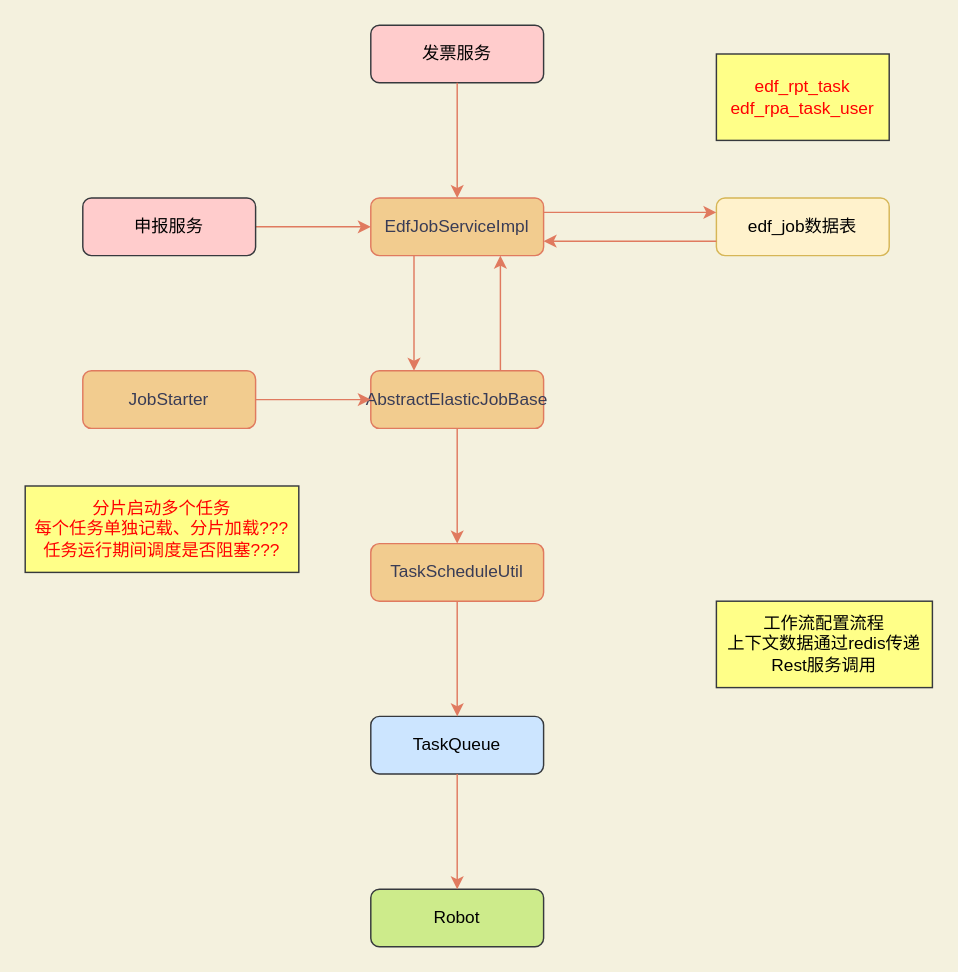
Earlier version of the draw.io diagram 机器人异步任务.drawio (xingzhihe/hello-world). Source tidied: cells renumbered, new cells numbered last; positions are measured from the earlier drawing's top-left corner, leaving out a move shared by most shapes. Both pictures are drawn from the tidied source at 144%, with x=0, y=0 at pixel (24, 24).
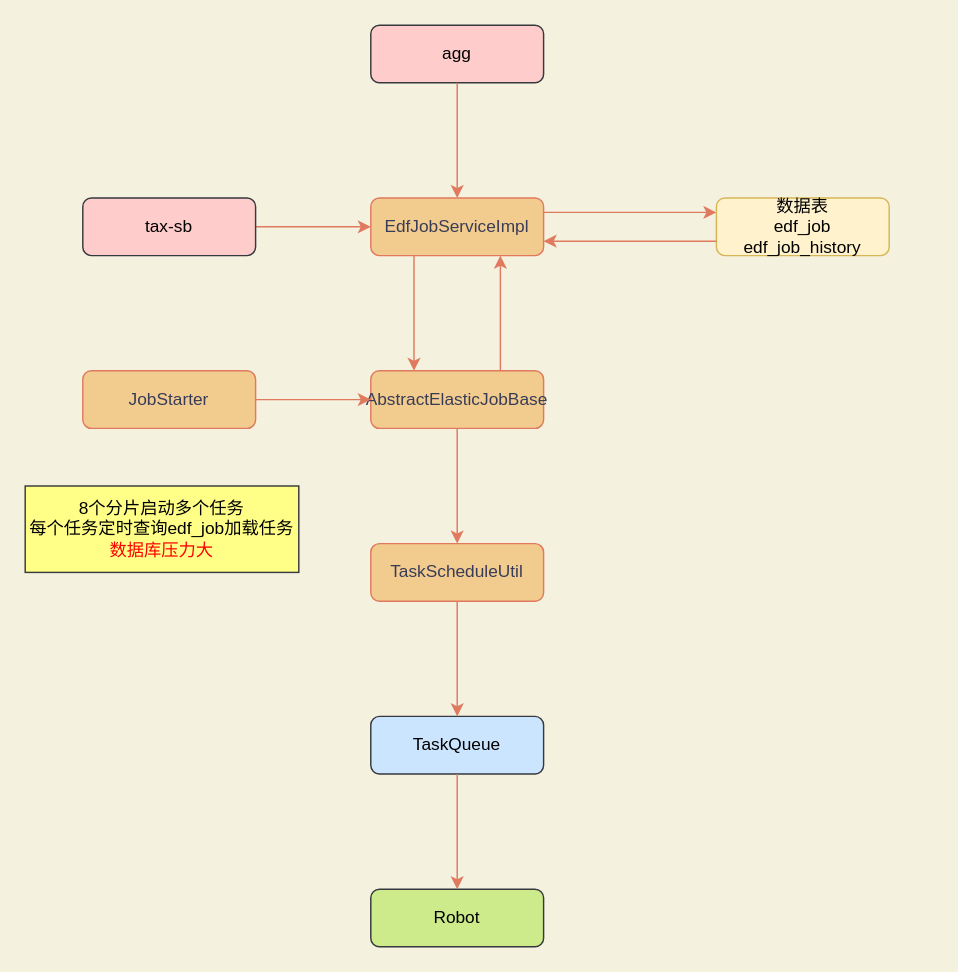
The same diagram, later.

Commit message (it also covers changes not shown here):
更新机器人异步任务.drawio

Diff of the diagram source:
```diff
@@
-    <mxCell id="3" value="申报服务" style="rounded=1;whiteSpace=wrap;html=1;fontSize=12;glass=0;strokeWidth=1;shadow=0;fillColor=#ffcccc;strokeColor=#36393d;" parent="1" vertex="1">
+    <mxCell id="3" value="tax-sb" style="rounded=1;whiteSpace=wrap;html=1;fontSize=12;glass=0;strokeWidth=1;shadow=0;fillColor=#ffcccc;strokeColor=#36393d;" parent="1" vertex="1">
       <mxGeometry x="40" y="120" width="120" height="40" as="geometry" />
     </mxCell>
@@
-    <mxCell id="5" value="edf_job数据表" style="rounded=1;whiteSpace=wrap;html=1;fontSize=12;glass=0;strokeWidth=1;shadow=0;fillColor=#fff2cc;strokeColor=#d6b656;" parent="1" vertex="1">
+    <mxCell id="5" value="数据表&lt;br&gt;edf_job&lt;br&gt;edf_job_history" style="rounded=1;whiteSpace=wrap;html=1;fontSize=12;glass=0;strokeWidth=1;shadow=0;fillColor=#fff2cc;strokeColor=#d6b656;" parent="1" vertex="1">
       <mxGeometry x="480" y="120" width="120" height="40" as="geometry" />
     </mxCell>
@@
-    <mxCell id="19" value="发票服务" style="rounded=1;whiteSpace=wrap;html=1;fontSize=12;glass=0;strokeWidth=1;shadow=0;fillColor=#ffcccc;strokeColor=#36393d;" parent="1" vertex="1">
+    <mxCell id="19" value="agg" style="rounded=1;whiteSpace=wrap;html=1;fontSize=12;glass=0;strokeWidth=1;shadow=0;fillColor=#ffcccc;strokeColor=#36393d;" parent="1" vertex="1">
       <mxGeometry x="240" width="120" height="40" as="geometry" />
     </mxCell>
@@
-    <mxCell id="21" value="分片启动多个任务&lt;br&gt;每个任务单独记载、分片加载???&lt;br&gt;任务运行期间调度是否阻塞???" style="rounded=0;whiteSpace=wrap;html=1;sketch=0;strokeColor=#36393d;fillColor=#ffff88;fontColor=#FF0000;" parent="1" vertex="1">
+    <mxCell id="21" value="&lt;font color=&quot;#000000&quot;&gt;8个分片启动多个任务&lt;br&gt;每个任务定时查询edf_job加载任务&lt;/font&gt;&lt;br&gt;数据库压力大" style="rounded=0;whiteSpace=wrap;html=1;sketch=0;strokeColor=#36393d;fillColor=#ffff88;fontColor=#FF0000;" parent="1" vertex="1">
       <mxGeometry y="320" width="190" height="60" as="geometry" />
     </mxCell>
-    <mxCell id="22" value="edf_rpt_task&lt;br&gt;edf_rpa_task_user" style="rounded=0;whiteSpace=wrap;html=1;sketch=0;strokeColor=#36393d;fillColor=#ffff88;fontColor=#FF0000;" parent="1" vertex="1">
-      <mxGeometry x="480" y="20" width="120" height="60" as="geometry" />
-    </mxCell>
-    <mxCell id="23" value="工作流配置流程&lt;br&gt;上下文数据通过redis传递&lt;br&gt;Rest服务调用" style="rounded=0;whiteSpace=wrap;html=1;sketch=0;strokeColor=#36393d;fillColor=#ffff88;" parent="1" vertex="1">
-      <mxGeometry x="480" y="400" width="150" height="60" as="geometry" />
-    </mxCell>
```
